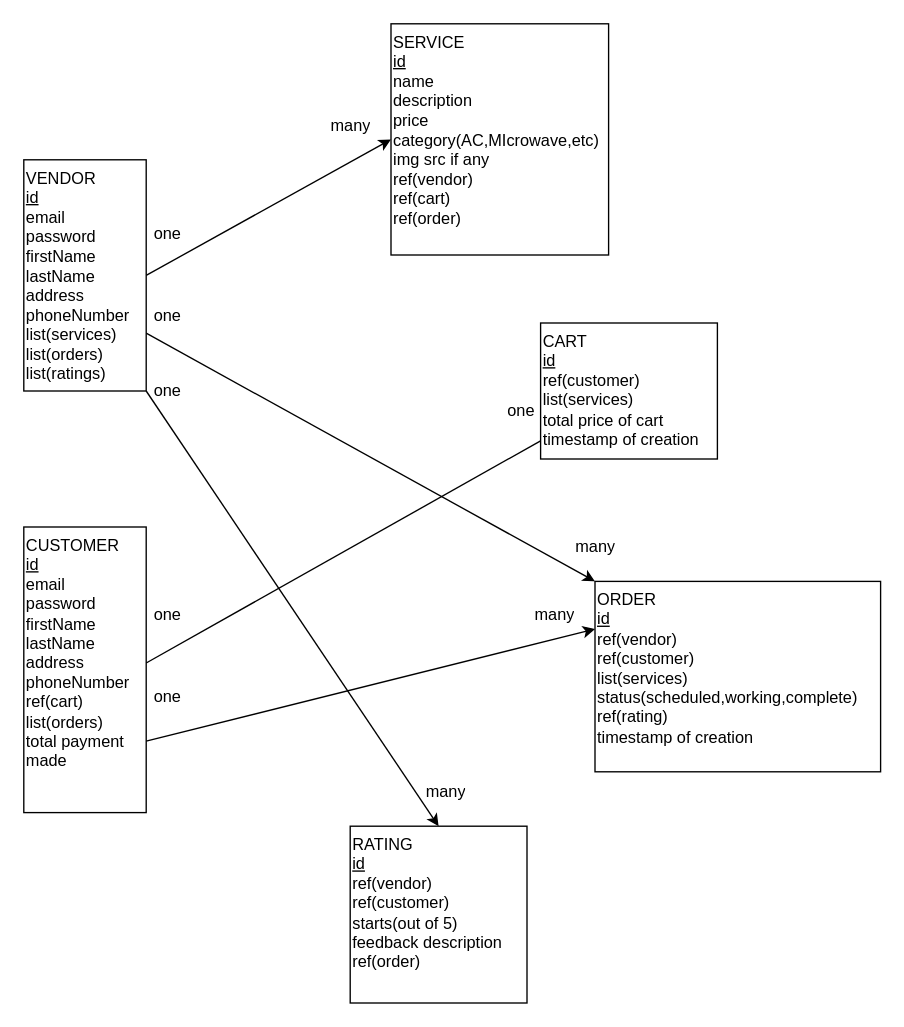
This is diagrams/entities.drawio from avanishpage/Electrical-appliance-s-maintenance-and-servicing, a draw.io file, before an edit. Source tidied: cells renumbered, new cells numbered last; positions are measured from the earlier drawing's top-left corner, leaving out a move shared by most shapes. Both pictures are drawn from the tidied source at 136%, with x=0, y=0 at pixel (23, 23).
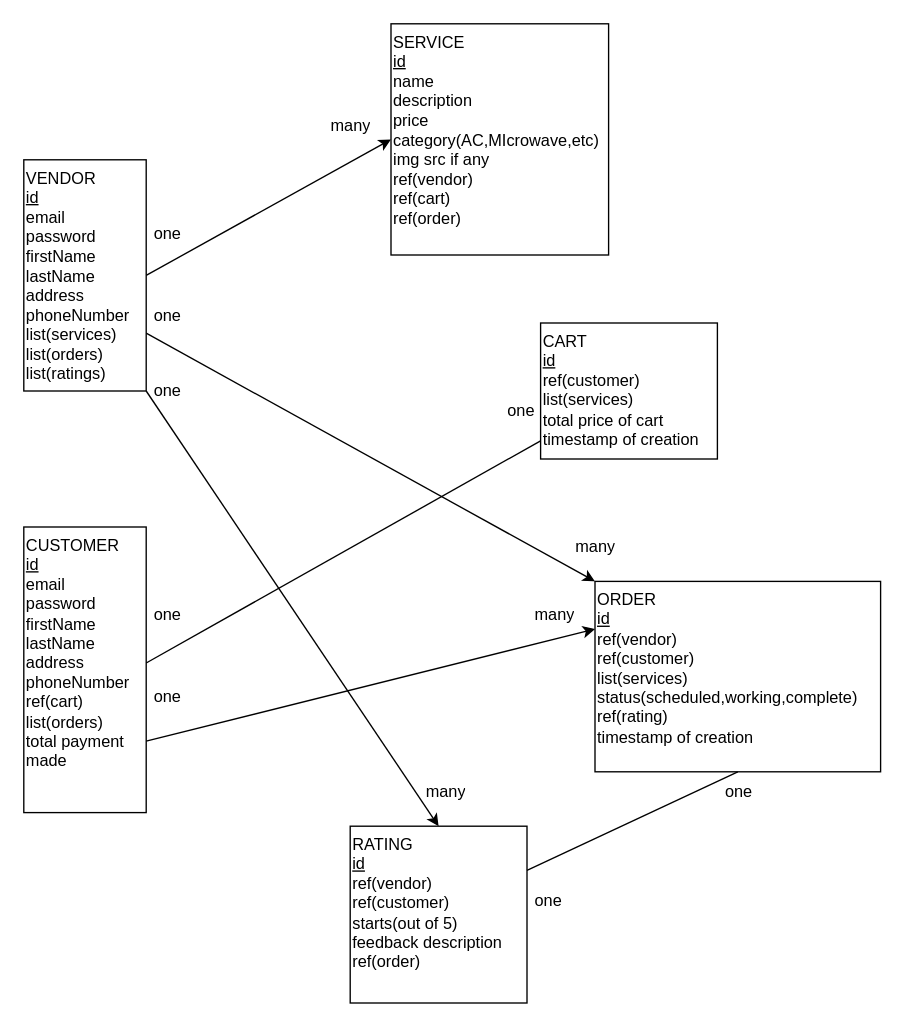
The same diagram, later.

Commit message:
changes is er of order n cart

Unchanged cells that the change refers to:
```xml
<mxCell id="10" value="ORDER&lt;br&gt;&lt;u&gt;id&lt;br&gt;&lt;/u&gt;ref(vendor)&lt;br&gt;ref(customer)&lt;br&gt;list(services)&lt;br&gt;status(scheduled,working,complete)&lt;br&gt;ref(rating)&lt;br&gt;timestamp of creation" style="rounded=0;whiteSpace=wrap;html=1;align=left;verticalAlign=top;" parent="1" vertex="1">
  <mxGeometry x="420" y="410" width="210" height="140" as="geometry" />
</mxCell>
<mxCell id="11" value="RATING&lt;br&gt;&lt;u&gt;id&lt;br&gt;&lt;/u&gt;ref(vendor)&lt;br&gt;ref(customer)&lt;br&gt;starts(out of 5)&lt;br&gt;feedback description&lt;br&gt;ref(order)" style="rounded=0;whiteSpace=wrap;html=1;align=left;verticalAlign=top;" parent="1" vertex="1">
  <mxGeometry x="240" y="590" width="130" height="130" as="geometry" />
</mxCell>
```

Change to the diagram source:
```diff
@@
+    <mxCell id="23" style="edgeStyle=none;shape=link;html=1;" parent="1" edge="1" source="24" target="11">
+      <mxGeometry relative="1" as="geometry" />
+    </mxCell>
+    <mxCell id="24" value="one" style="text;strokeColor=none;fillColor=none;align=left;verticalAlign=middle;spacingLeft=4;spacingRight=4;overflow=hidden;points=[[0,0.5],[1,0.5]];portConstraint=eastwest;whiteSpace=wrap;html=1;" parent="1" vertex="1">
+      <mxGeometry x="370" y="630" width="80" height="30" as="geometry" />
+    </mxCell>
+    <mxCell id="25" style="endArrow=none;html=1;entryX=0.5;entryY=1;entryDx=0;entryDy=0;exitX=1;exitY=0.25;exitDx=0;exitDy=0;" parent="1" edge="1" source="11" target="10">
+      <mxGeometry relative="1" as="geometry" />
+    </mxCell>
+    <mxCell id="26" value="one" style="text;strokeColor=none;fillColor=none;align=left;verticalAlign=middle;spacingLeft=4;spacingRight=4;overflow=hidden;whiteSpace=wrap;html=1;" parent="1" vertex="1">
+      <mxGeometry x="510" y="550" width="80" height="30" as="geometry" />
+    </mxCell>
```
